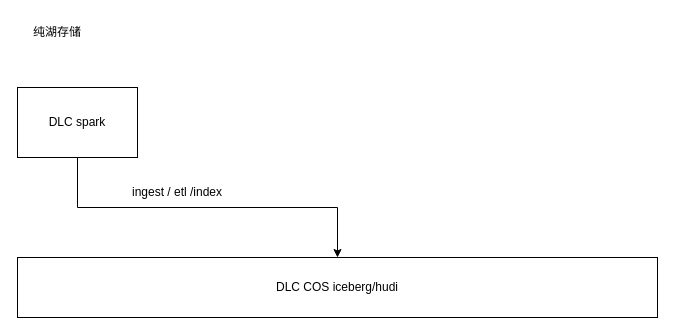
Before: DLC+starrocks.drawio in yuhuali1989/ui, a draw.io diagram. Source tidied: cells renumbered, new cells numbered last; positions are measured from the earlier drawing's top-left corner, leaving out a move shared by most shapes. Both pictures are drawn from the tidied source at 100%, with x=0, y=0 at pixel (17, 17).
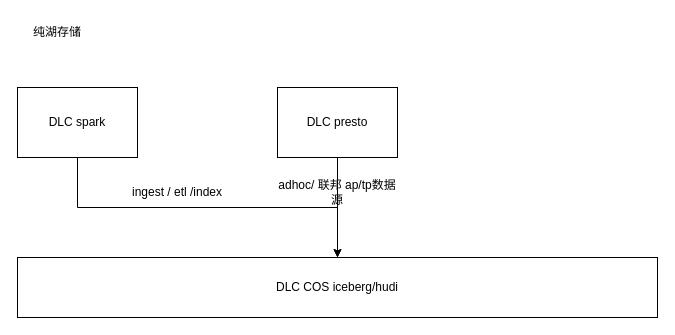
After the change.

Change to the diagram source:
```diff
@@
 <mxGraphModel>
   <root>
     <mxCell id="0" />
     <mxCell id="1" parent="0" />
     <mxCell id="2" value="纯湖存储" style="text;html=1;strokeColor=none;fillColor=none;align=center;verticalAlign=middle;whiteSpace=wrap;rounded=0;" parent="1" vertex="1">
       <mxGeometry x="10" width="60" height="30" as="geometry" />
     </mxCell>
     <mxCell id="3" style="edgeStyle=orthogonalEdgeStyle;rounded=0;jettySize=auto;html=1;" parent="1" edge="1" source="4" target="5">
       <mxGeometry relative="1" as="geometry" />
     </mxCell>
     <mxCell id="4" value="DLC spark" style="rounded=0;whiteSpace=wrap;html=1;" parent="1" vertex="1">
       <mxGeometry y="70" width="120" height="70" as="geometry" />
     </mxCell>
     <mxCell id="5" value="DLC COS iceberg/hudi" style="rounded=0;whiteSpace=wrap;html=1;" parent="1" vertex="1">
       <mxGeometry y="240" width="640" height="60" as="geometry" />
     </mxCell>
     <mxCell id="6" value="ingest / etl /index" style="text;html=1;strokeColor=none;fillColor=none;align=center;verticalAlign=middle;whiteSpace=wrap;rounded=0;" parent="1" vertex="1">
       <mxGeometry x="100" y="160" width="120" height="30" as="geometry" />
     </mxCell>
+    <mxCell id="7" style="edgeStyle=orthogonalEdgeStyle;rounded=0;jettySize=auto;html=1;" parent="1" edge="1" source="8" target="5">
+      <mxGeometry relative="1" as="geometry" />
+    </mxCell>
+    <mxCell id="8" value="DLC presto" style="rounded=0;whiteSpace=wrap;html=1;" parent="1" vertex="1">
+      <mxGeometry x="260" y="70" width="120" height="70" as="geometry" />
+    </mxCell>
+    <mxCell id="9" value="adhoc/ 联邦 ap/tp数据源" style="text;html=1;strokeColor=none;fillColor=none;align=center;verticalAlign=middle;whiteSpace=wrap;rounded=0;" parent="1" vertex="1">
+      <mxGeometry x="260" y="160" width="120" height="30" as="geometry" />
+    </mxCell>
   </root>
 </mxGraphModel>
```
